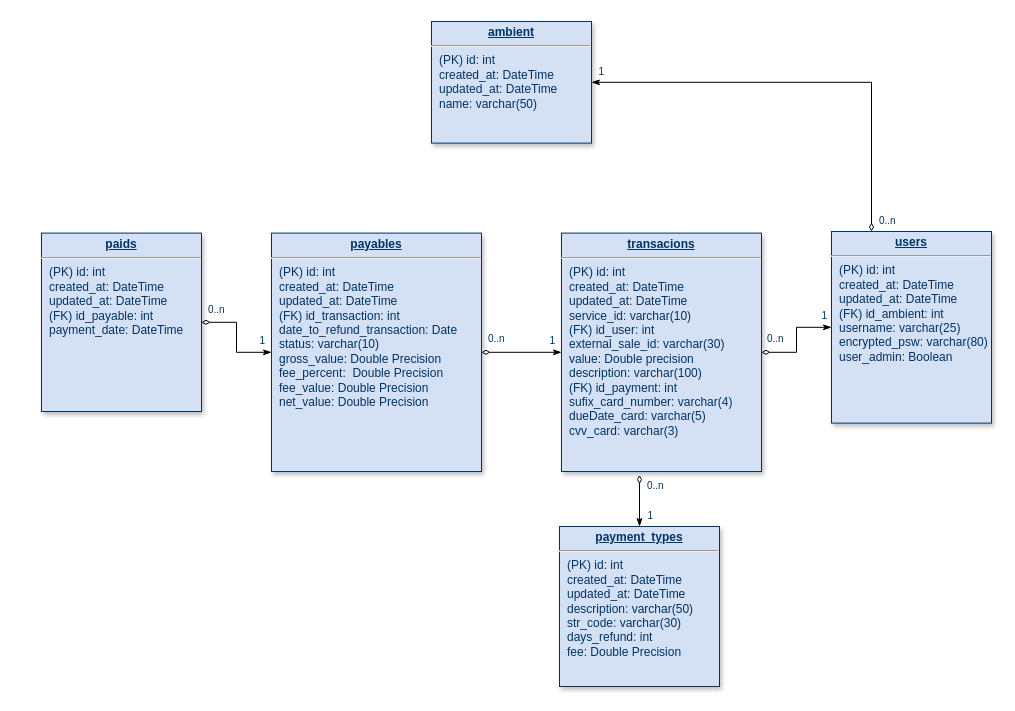
GuilhermeSantanaAndrade/PaymentServiceProvider keeps this draw.io diagram as src/database/DIAGRAM_PostgreSQL.drawio. Above is the earlier version. Source tidied: cells renumbered, new cells numbered last; positions are measured from the earlier drawing's top-left corner, leaving out a move shared by most shapes. Both pictures are drawn from the tidied source at 100%, with x=0, y=0 at pixel (41, 21).
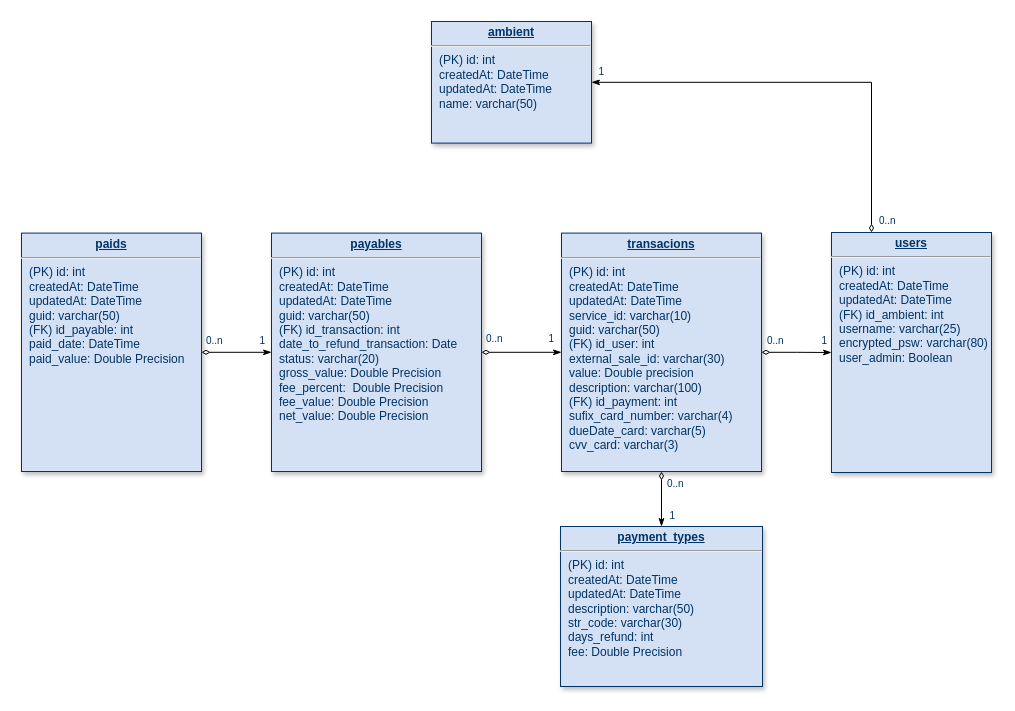
Above is the later version.

Diff of the diagram source:
```diff
@@
-    <mxCell id="3" value="&lt;p style=&quot;margin: 0px ; margin-top: 4px ; text-align: center ; text-decoration: underline&quot;&gt;&lt;strong&gt;users&lt;/strong&gt;&lt;/p&gt;&lt;hr&gt;&lt;p style=&quot;margin: 0px ; margin-left: 8px&quot;&gt;(PK) id: int&lt;br&gt;created_at: DateTime&lt;/p&gt;&lt;p style=&quot;margin: 0px ; margin-left: 8px&quot;&gt;updated_at: DateTime&lt;/p&gt;&lt;p style=&quot;margin: 0px ; margin-left: 8px&quot;&gt;(FK) id_ambient: int&lt;/p&gt;&lt;p style=&quot;margin: 0px ; margin-left: 8px&quot;&gt;username: varchar(25)&lt;/p&gt;&lt;p style=&quot;margin: 0px ; margin-left: 8px&quot;&gt;encrypted_psw: varchar(80)&lt;/p&gt;&lt;p style=&quot;margin: 0px ; margin-left: 8px&quot;&gt;user_admin: Boolean&lt;/p&gt;" style="verticalAlign=top;align=left;overflow=fill;fontSize=12;fontFamily=Helvetica;html=1;strokeColor=#003366;shadow=1;fillColor=#D4E1F5;fontColor=#003366;" parent="1" vertex="1">
-      <mxGeometry x="790" y="210" width="160" height="191.6" as="geometry" />
+    <mxCell id="3" value="&lt;p style=&quot;margin: 0px ; margin-top: 4px ; text-align: center ; text-decoration: underline&quot;&gt;&lt;strong&gt;users&lt;/strong&gt;&lt;/p&gt;&lt;hr&gt;&lt;p style=&quot;margin: 0px ; margin-left: 8px&quot;&gt;(PK) id: int&lt;br&gt;&lt;/p&gt;&lt;p style=&quot;margin: 0px 0px 0px 8px&quot;&gt;createdAt: DateTime&lt;/p&gt;&lt;p style=&quot;margin: 0px 0px 0px 8px&quot;&gt;updatedAt: DateTime&lt;/p&gt;&lt;p style=&quot;margin: 0px ; margin-left: 8px&quot;&gt;(FK) id_ambient: int&lt;/p&gt;&lt;p style=&quot;margin: 0px ; margin-left: 8px&quot;&gt;username: varchar(25)&lt;/p&gt;&lt;p style=&quot;margin: 0px ; margin-left: 8px&quot;&gt;encrypted_psw: varchar(80)&lt;/p&gt;&lt;p style=&quot;margin: 0px ; margin-left: 8px&quot;&gt;user_admin: Boolean&lt;/p&gt;" style="verticalAlign=top;align=left;overflow=fill;fontSize=12;fontFamily=Helvetica;html=1;strokeColor=#003366;shadow=1;fillColor=#D4E1F5;fontColor=#003366;" parent="1" vertex="1">
+      <mxGeometry x="790" y="211" width="160" height="240" as="geometry" />
     </mxCell>
-    <mxCell id="4" value="&lt;p style=&quot;margin: 0px ; margin-top: 4px ; text-align: center ; text-decoration: underline&quot;&gt;&lt;strong&gt;payment_types&lt;/strong&gt;&lt;/p&gt;&lt;hr&gt;&lt;p style=&quot;margin: 0px ; margin-left: 8px&quot;&gt;(PK) id: int&lt;/p&gt;&lt;p style=&quot;margin: 0px 0px 0px 8px&quot;&gt;created_at: DateTime&lt;/p&gt;&lt;p style=&quot;margin: 0px 0px 0px 8px&quot;&gt;updated_at: DateTime&lt;/p&gt;&lt;p style=&quot;margin: 0px 0px 0px 8px&quot;&gt;description: varchar(50)&lt;/p&gt;&lt;p style=&quot;margin: 0px 0px 0px 8px&quot;&gt;str_code: varchar(30)&lt;/p&gt;&lt;p style=&quot;margin: 0px 0px 0px 8px&quot;&gt;days_refund: int&lt;/p&gt;&lt;p style=&quot;margin: 0px ; margin-left: 8px&quot;&gt;fee: Double Precision&lt;/p&gt;" style="verticalAlign=top;align=left;overflow=fill;fontSize=12;fontFamily=Helvetica;html=1;strokeColor=#003366;shadow=1;fillColor=#D4E1F5;fontColor=#003366;" parent="1" vertex="1">
-      <mxGeometry x="518" y="505" width="160" height="160" as="geometry" />
+    <mxCell id="4" value="&lt;p style=&quot;margin: 0px ; margin-top: 4px ; text-align: center ; text-decoration: underline&quot;&gt;&lt;strong&gt;payment_types&lt;/strong&gt;&lt;/p&gt;&lt;hr&gt;&lt;p style=&quot;margin: 0px ; margin-left: 8px&quot;&gt;(PK) id: int&lt;/p&gt;&lt;p style=&quot;margin: 0px 0px 0px 8px&quot;&gt;createdAt: DateTime&lt;/p&gt;&lt;p style=&quot;margin: 0px 0px 0px 8px&quot;&gt;updatedAt: DateTime&lt;/p&gt;&lt;p style=&quot;margin: 0px 0px 0px 8px&quot;&gt;description: varchar(50)&lt;/p&gt;&lt;p style=&quot;margin: 0px 0px 0px 8px&quot;&gt;str_code: varchar(30)&lt;/p&gt;&lt;p style=&quot;margin: 0px 0px 0px 8px&quot;&gt;days_refund: int&lt;/p&gt;&lt;p style=&quot;margin: 0px ; margin-left: 8px&quot;&gt;fee: Double Precision&lt;/p&gt;" style="verticalAlign=top;align=left;overflow=fill;fontSize=12;fontFamily=Helvetica;html=1;strokeColor=#003366;shadow=1;fillColor=#D4E1F5;fontColor=#003366;" parent="1" vertex="1">
+      <mxGeometry x="519" y="505" width="202" height="160" as="geometry" />
     </mxCell>
@@
-    <mxCell id="6" value="&lt;p style=&quot;margin: 0px ; margin-top: 4px ; text-align: center ; text-decoration: underline&quot;&gt;&lt;strong&gt;payables&lt;/strong&gt;&lt;/p&gt;&lt;hr&gt;&lt;p style=&quot;margin: 0px ; margin-left: 8px&quot;&gt;(PK) id: int&lt;/p&gt;&lt;p style=&quot;margin: 0px 0px 0px 8px&quot;&gt;created_at: DateTime&lt;/p&gt;&lt;p style=&quot;margin: 0px 0px 0px 8px&quot;&gt;updated_at: DateTime&lt;/p&gt;&lt;p style=&quot;margin: 0px ; margin-left: 8px&quot;&gt;(FK) id_transaction:&lt;span&gt;&amp;nbsp;int&lt;/span&gt;&lt;/p&gt;&lt;p style=&quot;margin: 0px ; margin-left: 8px&quot;&gt;&lt;span&gt;date_to_refund_transaction: Date&lt;/span&gt;&lt;/p&gt;&lt;p style=&quot;margin: 0px ; margin-left: 8px&quot;&gt;&lt;span&gt;status: varchar(10)&lt;/span&gt;&lt;/p&gt;&lt;p style=&quot;margin: 0px ; margin-left: 8px&quot;&gt;&lt;span&gt;gross_value: Double Precision&lt;/span&gt;&lt;/p&gt;&lt;p style=&quot;margin: 0px ; margin-left: 8px&quot;&gt;&lt;span&gt;fee_percent:&amp;nbsp; Double Precision&lt;/span&gt;&lt;/p&gt;&lt;p style=&quot;margin: 0px ; margin-left: 8px&quot;&gt;&lt;span&gt;fee_value: Double Precision&lt;/span&gt;&lt;/p&gt;&lt;p style=&quot;margin: 0px ; margin-left: 8px&quot;&gt;&lt;span&gt;net_value: Double Precision&lt;/span&gt;&lt;/p&gt;&lt;p style=&quot;margin: 0px ; margin-left: 8px&quot;&gt;&lt;br&gt;&lt;/p&gt;&lt;p style=&quot;margin: 0px ; margin-left: 8px&quot;&gt;&lt;br&gt;&lt;/p&gt;" style="verticalAlign=top;align=left;overflow=fill;fontSize=12;fontFamily=Helvetica;html=1;strokeColor=#003366;shadow=1;fillColor=#D4E1F5;fontColor=#003366;" parent="1" vertex="1">
+    <mxCell id="6" value="&lt;p style=&quot;margin: 0px ; margin-top: 4px ; text-align: center ; text-decoration: underline&quot;&gt;&lt;strong&gt;payables&lt;/strong&gt;&lt;/p&gt;&lt;hr&gt;&lt;p style=&quot;margin: 0px ; margin-left: 8px&quot;&gt;(PK) id: int&lt;/p&gt;&lt;p style=&quot;margin: 0px 0px 0px 8px&quot;&gt;createdAt: DateTime&lt;/p&gt;&lt;p style=&quot;margin: 0px 0px 0px 8px&quot;&gt;updatedAt: DateTime&lt;/p&gt;&lt;p style=&quot;margin: 0px 0px 0px 8px&quot;&gt;guid: varchar(50)&lt;/p&gt;&lt;p style=&quot;margin: 0px ; margin-left: 8px&quot;&gt;(FK) id_transaction:&lt;span&gt;&amp;nbsp;int&lt;/span&gt;&lt;/p&gt;&lt;p style=&quot;margin: 0px ; margin-left: 8px&quot;&gt;&lt;span&gt;date_to_refund_transaction: Date&lt;/span&gt;&lt;/p&gt;&lt;p style=&quot;margin: 0px ; margin-left: 8px&quot;&gt;&lt;span&gt;status: varchar(20)&lt;/span&gt;&lt;/p&gt;&lt;p style=&quot;margin: 0px ; margin-left: 8px&quot;&gt;&lt;span&gt;gross_value: Double Precision&lt;/span&gt;&lt;/p&gt;&lt;p style=&quot;margin: 0px ; margin-left: 8px&quot;&gt;&lt;span&gt;fee_percent:&amp;nbsp; Double Precision&lt;/span&gt;&lt;/p&gt;&lt;p style=&quot;margin: 0px ; margin-left: 8px&quot;&gt;&lt;span&gt;fee_value: Double Precision&lt;/span&gt;&lt;/p&gt;&lt;p style=&quot;margin: 0px ; margin-left: 8px&quot;&gt;&lt;span&gt;net_value: Double Precision&lt;/span&gt;&lt;/p&gt;&lt;p style=&quot;margin: 0px ; margin-left: 8px&quot;&gt;&lt;br&gt;&lt;/p&gt;&lt;p style=&quot;margin: 0px ; margin-left: 8px&quot;&gt;&lt;br&gt;&lt;/p&gt;" style="verticalAlign=top;align=left;overflow=fill;fontSize=12;fontFamily=Helvetica;html=1;strokeColor=#003366;shadow=1;fillColor=#D4E1F5;fontColor=#003366;" parent="1" vertex="1">
       <mxGeometry x="230" y="211.6" width="210" height="238.4" as="geometry" />
     </mxCell>
-    <mxCell id="7" style="edgeStyle=orthogonalEdgeStyle;rounded=0;jettySize=auto;html=1;endArrow=classicThin;endFill=1;startArrow=diamondThin;startFill=0;" parent="1" edge="1" source="8" target="3">
+    <mxCell id="7" style="edgeStyle=orthogonalEdgeStyle;rounded=0;jettySize=auto;html=1;endArrow=classicThin;endFill=1;startArrow=diamondThin;startFill=0;exitX=1;exitY=0.5;exitDx=0;exitDy=0;" parent="1" edge="1" source="8" target="3">
       <mxGeometry relative="1" as="geometry" />
     </mxCell>
-    <mxCell id="8" value="&lt;p style=&quot;margin: 0px ; margin-top: 4px ; text-align: center ; text-decoration: underline&quot;&gt;&lt;b&gt;transacions&lt;/b&gt;&lt;/p&gt;&lt;hr&gt;&lt;p style=&quot;margin: 0px ; margin-left: 8px&quot;&gt;(PK) id: int&lt;/p&gt;&lt;p style=&quot;margin: 0px ; margin-left: 8px&quot;&gt;created_at: DateTime&lt;/p&gt;&lt;p style=&quot;margin: 0px ; margin-left: 8px&quot;&gt;updated_at: DateTime&lt;/p&gt;&lt;p style=&quot;margin: 0px ; margin-left: 8px&quot;&gt;service_id: varchar(10)&lt;/p&gt;&lt;p style=&quot;margin: 0px ; margin-left: 8px&quot;&gt;(FK) id_user&lt;span&gt;: int&lt;/span&gt;&lt;/p&gt;&lt;p style=&quot;margin: 0px ; margin-left: 8px&quot;&gt;external_sale_id: varchar(30)&lt;/p&gt;&lt;p style=&quot;margin: 0px ; margin-left: 8px&quot;&gt;value: Double precision&lt;/p&gt;&lt;p style=&quot;margin: 0px ; margin-left: 8px&quot;&gt;description: varchar(100)&lt;/p&gt;&lt;p style=&quot;margin: 0px ; margin-left: 8px&quot;&gt;(FK) id_payment&lt;span&gt;: int&lt;/span&gt;&lt;/p&gt;&lt;p style=&quot;margin: 0px ; margin-left: 8px&quot;&gt;sufix_card_number: varchar(4&lt;span&gt;)&lt;/span&gt;&lt;/p&gt;&lt;p style=&quot;margin: 0px ; margin-left: 8px&quot;&gt;&lt;span&gt;dueDate_card: varchar(5)&lt;/span&gt;&lt;/p&gt;&lt;p style=&quot;margin: 0px ; margin-left: 8px&quot;&gt;&lt;span&gt;cvv_card: varchar(3)&lt;/span&gt;&lt;/p&gt;&lt;p style=&quot;margin: 0px ; margin-left: 8px&quot;&gt;&lt;span&gt;&lt;br&gt;&lt;/span&gt;&lt;/p&gt;&lt;p style=&quot;margin: 0px ; margin-left: 8px&quot;&gt;&lt;span&gt;&lt;br&gt;&lt;/span&gt;&lt;/p&gt;&lt;p style=&quot;margin: 0px ; margin-left: 8px&quot;&gt;&lt;br&gt;&lt;/p&gt;&lt;p style=&quot;margin: 0px ; margin-left: 8px&quot;&gt;&lt;br&gt;&lt;/p&gt;" style="verticalAlign=top;align=left;overflow=fill;fontSize=12;fontFamily=Helvetica;html=1;strokeColor=#003366;shadow=1;fillColor=#D4E1F5;fontColor=#003366;" parent="1" vertex="1">
+    <mxCell id="8" value="&lt;p style=&quot;margin: 0px ; margin-top: 4px ; text-align: center ; text-decoration: underline&quot;&gt;&lt;b&gt;transacions&lt;/b&gt;&lt;/p&gt;&lt;hr&gt;&lt;p style=&quot;margin: 0px ; margin-left: 8px&quot;&gt;(PK) id: int&lt;/p&gt;&lt;p style=&quot;margin: 0px 0px 0px 8px&quot;&gt;createdAt: DateTime&lt;/p&gt;&lt;p style=&quot;margin: 0px 0px 0px 8px&quot;&gt;updatedAt: DateTime&lt;/p&gt;&lt;p style=&quot;margin: 0px ; margin-left: 8px&quot;&gt;service_id: varchar(10)&lt;/p&gt;&lt;p style=&quot;margin: 0px ; margin-left: 8px&quot;&gt;guid: varchar(50)&lt;br&gt;&lt;/p&gt;&lt;p style=&quot;margin: 0px ; margin-left: 8px&quot;&gt;(FK) id_user&lt;span&gt;: int&lt;/span&gt;&lt;/p&gt;&lt;p style=&quot;margin: 0px ; margin-left: 8px&quot;&gt;external_sale_id: varchar(30)&lt;/p&gt;&lt;p style=&quot;margin: 0px ; margin-left: 8px&quot;&gt;value: Double precision&lt;/p&gt;&lt;p style=&quot;margin: 0px ; margin-left: 8px&quot;&gt;description: varchar(100)&lt;/p&gt;&lt;p style=&quot;margin: 0px ; margin-left: 8px&quot;&gt;(FK) id_payment&lt;span&gt;: int&lt;/span&gt;&lt;/p&gt;&lt;p style=&quot;margin: 0px ; margin-left: 8px&quot;&gt;sufix_card_number: varchar(4&lt;span&gt;)&lt;/span&gt;&lt;/p&gt;&lt;p style=&quot;margin: 0px ; margin-left: 8px&quot;&gt;&lt;span&gt;dueDate_card: varchar(5)&lt;/span&gt;&lt;/p&gt;&lt;p style=&quot;margin: 0px ; margin-left: 8px&quot;&gt;&lt;span&gt;cvv_card: varchar(3)&lt;/span&gt;&lt;/p&gt;&lt;p style=&quot;margin: 0px ; margin-left: 8px&quot;&gt;&lt;span&gt;&lt;br&gt;&lt;/span&gt;&lt;/p&gt;&lt;p style=&quot;margin: 0px ; margin-left: 8px&quot;&gt;&lt;span&gt;&lt;br&gt;&lt;/span&gt;&lt;/p&gt;&lt;p style=&quot;margin: 0px ; margin-left: 8px&quot;&gt;&lt;br&gt;&lt;/p&gt;&lt;p style=&quot;margin: 0px ; margin-left: 8px&quot;&gt;&lt;br&gt;&lt;/p&gt;" style="verticalAlign=top;align=left;overflow=fill;fontSize=12;fontFamily=Helvetica;html=1;strokeColor=#003366;shadow=1;fillColor=#D4E1F5;fontColor=#003366;" parent="1" vertex="1">
       <mxGeometry x="520" y="211.6" width="200" height="238.4" as="geometry" />
     </mxCell>
-    <mxCell id="9" style="endArrow=classicThin;endSize=6;startArrow=diamondThin;startSize=6;startFill=0;edgeStyle=orthogonalEdgeStyle;exitX=0.39;exitY=1.015;exitDx=0;exitDy=0;exitPerimeter=0;endFill=1;" parent="1" edge="1" source="8" target="4">
+    <mxCell id="9" style="endArrow=classicThin;endSize=6;startArrow=diamondThin;startSize=6;startFill=0;edgeStyle=orthogonalEdgeStyle;exitX=0.5;exitY=1;exitDx=0;exitDy=0;endFill=1;" parent="1" edge="1" source="8" target="4">
       <mxGeometry x="620" y="340" as="geometry" />
     </mxCell>
     <mxCell id="10" value="0..n" style="align=left;verticalAlign=top;labelBackgroundColor=#ffffff;fontSize=10;strokeColor=#003366;shadow=1;fillColor=#D4E1F5;fontColor=#003366;" parent="9" vertex="1">
       <mxGeometry x="-1" relative="1" as="geometry">
-        <mxPoint x="6" y="-2" as="offset" />
+        <mxPoint x="4" as="offset" />
       </mxGeometry>
     </mxCell>
@@
     <mxCell id="12" value="1" style="align=right;verticalAlign=top;labelBackgroundColor=#ffffff;fontSize=10;strokeColor=#003366;shadow=1;fillColor=#D4E1F5;fontColor=#003366;" parent="1" vertex="1">
-      <mxGeometry x="767" y="306.8" as="geometry">
+      <mxGeometry x="767" y="331.8" as="geometry">
         <mxPoint x="20" y="-25" as="offset" />
       </mxGeometry>
     </mxCell>
     <mxCell id="13" value="0..n" style="align=left;verticalAlign=top;labelBackgroundColor=#ffffff;fontSize=10;strokeColor=#003366;shadow=1;fillColor=#D4E1F5;fontColor=#003366;" parent="1" vertex="1">
-      <mxGeometry x="714" y="304.6" as="geometry">
+      <mxGeometry x="714" y="306.6" as="geometry">
         <mxPoint x="10" as="offset" />
       </mxGeometry>
     </mxCell>
@@
-    <mxCell id="15" value="&lt;p style=&quot;margin: 0px ; margin-top: 4px ; text-align: center ; text-decoration: underline&quot;&gt;&lt;strong&gt;paids&lt;/strong&gt;&lt;/p&gt;&lt;hr&gt;&lt;p style=&quot;margin: 0px ; margin-left: 8px&quot;&gt;(PK) id: int&lt;/p&gt;&lt;p style=&quot;margin: 0px 0px 0px 8px&quot;&gt;created_at: DateTime&lt;/p&gt;&lt;p style=&quot;margin: 0px 0px 0px 8px&quot;&gt;updated_at: DateTime&lt;/p&gt;&lt;p style=&quot;margin: 0px 0px 0px 8px&quot;&gt;(FK) id_payable: int&lt;/p&gt;&lt;p style=&quot;margin: 0px 0px 0px 8px&quot;&gt;payment_date: DateTime&lt;/p&gt;&lt;p style=&quot;margin: 0px 0px 0px 8px&quot;&gt;&lt;span style=&quot;color: rgba(0 , 0 , 0 , 0) ; font-family: monospace ; font-size: 0px&quot;&gt;(F%3CmxGraphModel%3E%3Croot%3E%3CmxCell%20id%3D%220%22%2F%3E%3CmxCell%20id%3D%221%22%20parent%3D%220%22%2F%3E%3CmxCell%20id%3D%222%22%20value%3D%220..n%22%20style%3D%22resizable%3D0%3Balign%3Dleft%3BverticalAlign%3Dtop%3BlabelBackgroundColor%3D%23ffffff%3BfontSize%3D10%3BstrokeColor%3D%23003366%3Bshadow%3D1%3BfillColor%3D%23D4E1F5%3BfontColor%3D%23003366%22%20connectable%3D%220%22%20vertex%3D%221%22%20parent%3D%221%22%3E%3CmxGeometry%20x%3D%22233.9999999999999%22%20y%3D%22114.57539999999995%22%20as%3D%22geometry%22%3E%3CmxPoint%20x%3D%2210%22%20as%3D%22offset%22%2F%3E%3C%2FmxGeometry%3E%3C%2FmxCell%3E%3C%2Froot%3E%3C%2FmxGraphModel%3E&lt;/span&gt;&lt;br&gt;&lt;/p&gt;" style="verticalAlign=top;align=left;overflow=fill;fontSize=12;fontFamily=Helvetica;html=1;strokeColor=#003366;shadow=1;fillColor=#D4E1F5;fontColor=#003366;" parent="1" vertex="1">
-      <mxGeometry y="211.6" width="160" height="178.4" as="geometry" />
+    <mxCell id="15" value="&lt;p style=&quot;margin: 0px ; margin-top: 4px ; text-align: center ; text-decoration: underline&quot;&gt;&lt;strong&gt;paids&lt;/strong&gt;&lt;/p&gt;&lt;hr&gt;&lt;p style=&quot;margin: 0px ; margin-left: 8px&quot;&gt;(PK) id: int&lt;/p&gt;&lt;p style=&quot;margin: 0px 0px 0px 8px&quot;&gt;createdAt: DateTime&lt;/p&gt;&lt;p style=&quot;margin: 0px 0px 0px 8px&quot;&gt;updatedAt: DateTime&lt;/p&gt;&lt;p style=&quot;margin: 0px 0px 0px 8px&quot;&gt;guid: varchar(50)&lt;br&gt;&lt;/p&gt;&lt;p style=&quot;margin: 0px 0px 0px 8px&quot;&gt;(FK) id_payable: int&lt;/p&gt;&lt;p style=&quot;margin: 0px 0px 0px 8px&quot;&gt;paid_date: DateTime&lt;/p&gt;&lt;p style=&quot;margin: 0px 0px 0px 8px&quot;&gt;paid_value: Double Precision&lt;/p&gt;&lt;p style=&quot;margin: 0px 0px 0px 8px&quot;&gt;&lt;span style=&quot;color: rgba(0 , 0 , 0 , 0) ; font-family: monospace ; font-size: 0px&quot;&gt;(F%3CmxGraphModel%3E%3Croot%3E%3CmxCell%20id%3D%220%22%2F%3E%3CmxCell%20id%3D%221%22%20parent%3D%220%22%2F%3E%3CmxCell%20id%3D%222%22%20value%3D%220..n%22%20style%3D%22resizable%3D0%3Balign%3Dleft%3BverticalAlign%3Dtop%3BlabelBackgroundColor%3D%23ffffff%3BfontSize%3D10%3BstrokeColor%3D%23003366%3Bshadow%3D1%3BfillColor%3D%23D4E1F5%3BfontColor%3D%23003366%22%20connectable%3D%220%22%20vertex%3D%221%22%20parent%3D%221%22%3E%3CmxGeometry%20x%3D%22233.9999999999999%22%20y%3D%22114.57539999999995%22%20as%3D%22geometry%22%3E%3CmxPoint%20x%3D%2210%22%20as%3D%22offset%22%2F%3E%3C%2FmxGeometry%3E%3C%2FmxCell%3E%3C%2Froot%3E%3C%2FmxGraphModel%3E&lt;/span&gt;&lt;br&gt;&lt;/p&gt;" style="verticalAlign=top;align=left;overflow=fill;fontSize=12;fontFamily=Helvetica;html=1;strokeColor=#003366;shadow=1;fillColor=#D4E1F5;fontColor=#003366;" parent="1" vertex="1">
+      <mxGeometry x="-20" y="211.6" width="180" height="238.4" as="geometry" />
     </mxCell>
     <mxCell id="16" value="1" style="align=right;verticalAlign=top;labelBackgroundColor=#ffffff;fontSize=10;strokeColor=#003366;shadow=1;fillColor=#D4E1F5;fontColor=#003366;" parent="1" vertex="1">
-      <mxGeometry x="495" y="331.6" as="geometry">
+      <mxGeometry x="494" y="329.6" as="geometry">
         <mxPoint x="20" y="-25" as="offset" />
       </mxGeometry>
     </mxCell>
     <mxCell id="17" value="0..n" style="align=left;verticalAlign=top;labelBackgroundColor=#ffffff;fontSize=10;strokeColor=#003366;shadow=1;fillColor=#D4E1F5;fontColor=#003366;" parent="1" vertex="1">
-      <mxGeometry x="435" y="304.6" as="geometry">
+      <mxGeometry x="433" y="304.6" as="geometry">
         <mxPoint x="10" as="offset" />
       </mxGeometry>
     </mxCell>
-    <mxCell id="18" value="&lt;p style=&quot;margin: 0px ; margin-top: 4px ; text-align: center ; text-decoration: underline&quot;&gt;&lt;strong&gt;ambient&lt;/strong&gt;&lt;/p&gt;&lt;hr&gt;&lt;p style=&quot;margin: 0px ; margin-left: 8px&quot;&gt;(PK) id: int&lt;br&gt;created_at: DateTime&lt;/p&gt;&lt;p style=&quot;margin: 0px ; margin-left: 8px&quot;&gt;updated_at: DateTime&lt;/p&gt;&lt;p style=&quot;margin: 0px ; margin-left: 8px&quot;&gt;name: varchar(50)&lt;/p&gt;" style="verticalAlign=top;align=left;overflow=fill;fontSize=12;fontFamily=Helvetica;html=1;strokeColor=#003366;shadow=1;fillColor=#D4E1F5;fontColor=#003366;" parent="1" vertex="1">
+    <mxCell id="18" value="&lt;p style=&quot;margin: 0px ; margin-top: 4px ; text-align: center ; text-decoration: underline&quot;&gt;&lt;strong&gt;ambient&lt;/strong&gt;&lt;/p&gt;&lt;hr&gt;&lt;p style=&quot;margin: 0px ; margin-left: 8px&quot;&gt;(PK) id: int&lt;br&gt;createdAt: DateTime&lt;/p&gt;&lt;p style=&quot;margin: 0px ; margin-left: 8px&quot;&gt;updatedAt: DateTime&lt;/p&gt;&lt;p style=&quot;margin: 0px ; margin-left: 8px&quot;&gt;name: varchar(50)&lt;/p&gt;" style="verticalAlign=top;align=left;overflow=fill;fontSize=12;fontFamily=Helvetica;html=1;strokeColor=#003366;shadow=1;fillColor=#D4E1F5;fontColor=#003366;" parent="1" vertex="1">
       <mxGeometry x="390" width="160" height="121.6" as="geometry" />
     </mxCell>
@@
     <mxCell id="21" value="0..n" style="align=left;verticalAlign=top;labelBackgroundColor=#ffffff;fontSize=10;strokeColor=#003366;shadow=1;fillColor=#D4E1F5;fontColor=#003366;" parent="1" vertex="1">
-      <mxGeometry x="155" y="275.6" as="geometry">
+      <mxGeometry x="153" y="306.6" as="geometry">
         <mxPoint x="10" as="offset" />
       </mxGeometry>
     </mxCell>
```
